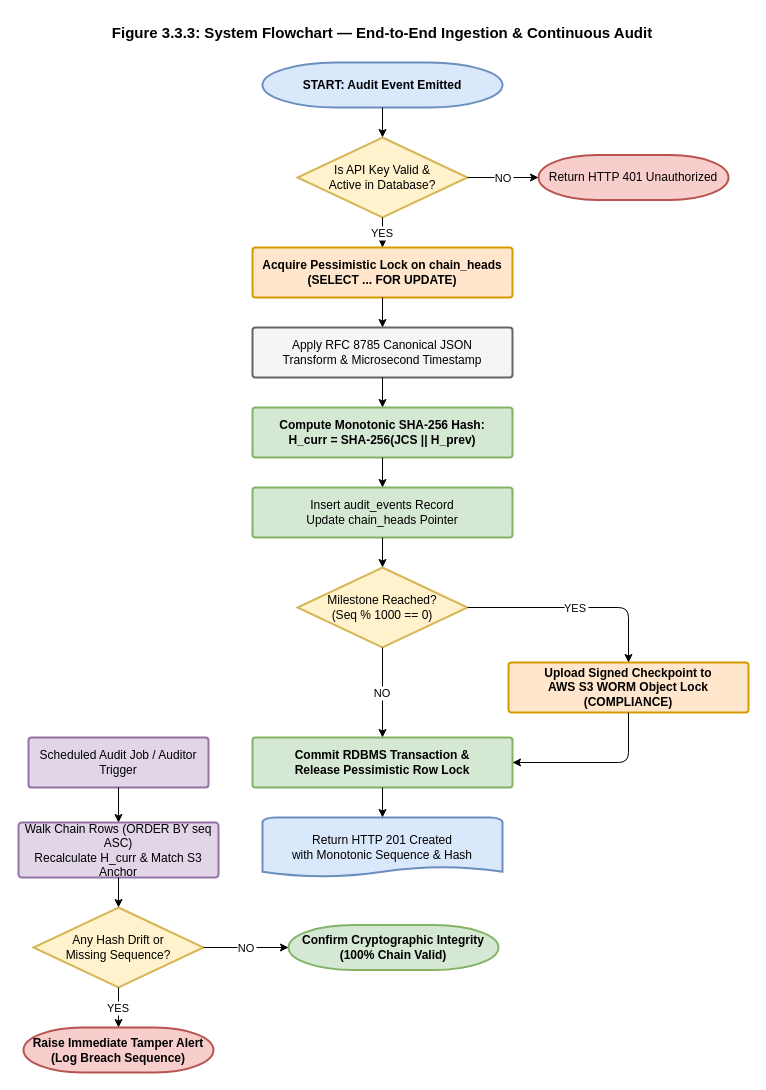
The draw.io diagram diagrams/drawio_xml/3.3.3_flow_chart.drawio.xml in YashBiware/AuditRail, before the edit. Source tidied: cells renumbered, new cells numbered last; positions are measured from the earlier drawing's top-left corner, leaving out a move shared by most shapes. Both pictures are drawn from the tidied source at 100%, with x=0, y=0 at pixel (18, 17).
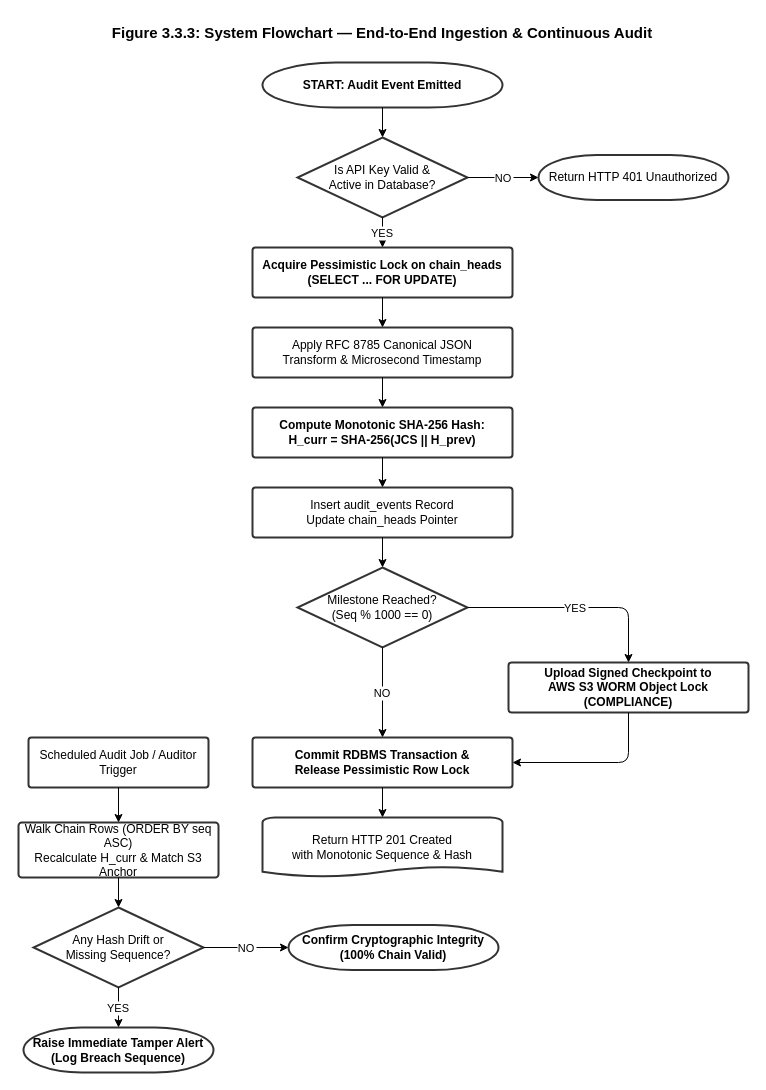
The same diagram, later.

Change to the diagram source:
```diff
@@
-<mxGraphModel>
+<mxGraphModel background="#ffffff">
@@
-    <mxCell id="3" value="START: Audit Event Emitted" style="strokeWidth=2;html=1;shape=mxgraph.flowchart.terminator;whiteSpace=wrap;fillColor=#dae8fc;strokeColor=#6c8ebf;fontStyle=1;" parent="1" vertex="1">
+    <mxCell id="3" value="START: Audit Event Emitted" style="strokeWidth=2;html=1;shape=mxgraph.flowchart.terminator;whiteSpace=wrap;fillColor=#ffffff;strokeColor=#333333;fontStyle=1;" parent="1" vertex="1">
       <mxGeometry x="244" y="45" width="240" height="45" as="geometry" />
     </mxCell>
-    <mxCell id="4" value="Is API Key Valid &amp;amp;&lt;br&gt;Active in Database?" style="strokeWidth=2;html=1;shape=mxgraph.flowchart.decision;whiteSpace=wrap;fillColor=#fff2cc;strokeColor=#d6b656;" parent="1" vertex="1">
+    <mxCell id="4" value="Is API Key Valid &amp;amp;&lt;br&gt;Active in Database?" style="strokeWidth=2;html=1;shape=mxgraph.flowchart.decision;whiteSpace=wrap;fillColor=#ffffff;strokeColor=#333333;" parent="1" vertex="1">
       <mxGeometry x="279" y="120" width="170" height="80" as="geometry" />
     </mxCell>
-    <mxCell id="5" value="Return HTTP 401 Unauthorized" style="strokeWidth=2;html=1;shape=mxgraph.flowchart.terminator;whiteSpace=wrap;fillColor=#f8cecc;strokeColor=#b85450;" parent="1" vertex="1">
+    <mxCell id="5" value="Return HTTP 401 Unauthorized" style="strokeWidth=2;html=1;shape=mxgraph.flowchart.terminator;whiteSpace=wrap;fillColor=#ffffff;strokeColor=#333333;" parent="1" vertex="1">
       <mxGeometry x="520" y="137.5" width="190" height="45" as="geometry" />
     </mxCell>
-    <mxCell id="6" value="Acquire Pessimistic Lock on chain_heads&lt;br&gt;(SELECT ... FOR UPDATE)" style="strokeWidth=2;html=1;shape=mxgraph.flowchart.process;whiteSpace=wrap;fillColor=#ffe6cc;strokeColor=#d79b00;fontStyle=1;" parent="1" vertex="1">
+    <mxCell id="6" value="Acquire Pessimistic Lock on chain_heads&lt;br&gt;(SELECT ... FOR UPDATE)" style="strokeWidth=2;html=1;shape=mxgraph.flowchart.process;whiteSpace=wrap;fillColor=#ffffff;strokeColor=#333333;fontStyle=1;" parent="1" vertex="1">
       <mxGeometry x="234" y="230" width="260" height="50" as="geometry" />
     </mxCell>
-    <mxCell id="7" value="Apply RFC 8785 Canonical JSON&lt;br&gt;Transform &amp;amp; Microsecond Timestamp" style="strokeWidth=2;html=1;shape=mxgraph.flowchart.process;whiteSpace=wrap;fillColor=#f5f5f5;strokeColor=#666666;" parent="1" vertex="1">
+    <mxCell id="7" value="Apply RFC 8785 Canonical JSON&lt;br&gt;Transform &amp;amp; Microsecond Timestamp" style="strokeWidth=2;html=1;shape=mxgraph.flowchart.process;whiteSpace=wrap;fillColor=#ffffff;strokeColor=#333333;" parent="1" vertex="1">
       <mxGeometry x="234" y="310" width="260" height="50" as="geometry" />
     </mxCell>
-    <mxCell id="8" value="Compute Monotonic SHA-256 Hash:&lt;br&gt;&lt;b&gt;H_curr = SHA-256(JCS || H_prev)&lt;/b&gt;" style="strokeWidth=2;html=1;shape=mxgraph.flowchart.process;whiteSpace=wrap;fillColor=#d5e8d4;strokeColor=#82b366;fontStyle=1;" parent="1" vertex="1">
+    <mxCell id="8" value="Compute Monotonic SHA-256 Hash:&lt;br&gt;&lt;b&gt;H_curr = SHA-256(JCS || H_prev)&lt;/b&gt;" style="strokeWidth=2;html=1;shape=mxgraph.flowchart.process;whiteSpace=wrap;fillColor=#ffffff;strokeColor=#333333;fontStyle=1;" parent="1" vertex="1">
       <mxGeometry x="234" y="390" width="260" height="50" as="geometry" />
     </mxCell>
-    <mxCell id="9" value="Insert audit_events Record&lt;br&gt;Update chain_heads Pointer" style="strokeWidth=2;html=1;shape=mxgraph.flowchart.process;whiteSpace=wrap;fillColor=#d5e8d4;strokeColor=#82b366;" parent="1" vertex="1">
+    <mxCell id="9" value="Insert audit_events Record&lt;br&gt;Update chain_heads Pointer" style="strokeWidth=2;html=1;shape=mxgraph.flowchart.process;whiteSpace=wrap;fillColor=#ffffff;strokeColor=#333333;" parent="1" vertex="1">
       <mxGeometry x="234" y="470" width="260" height="50" as="geometry" />
     </mxCell>
-    <mxCell id="10" value="Milestone Reached?&lt;br&gt;(Seq % 1000 == 0)" style="strokeWidth=2;html=1;shape=mxgraph.flowchart.decision;whiteSpace=wrap;fillColor=#fff2cc;strokeColor=#d6b656;" parent="1" vertex="1">
+    <mxCell id="10" value="Milestone Reached?&lt;br&gt;(Seq % 1000 == 0)" style="strokeWidth=2;html=1;shape=mxgraph.flowchart.decision;whiteSpace=wrap;fillColor=#ffffff;strokeColor=#333333;" parent="1" vertex="1">
       <mxGeometry x="279" y="550" width="170" height="80" as="geometry" />
     </mxCell>
-    <mxCell id="11" value="Upload Signed Checkpoint to&lt;br&gt;AWS S3 WORM Object Lock (COMPLIANCE)" style="strokeWidth=2;html=1;shape=mxgraph.flowchart.process;whiteSpace=wrap;fillColor=#ffe6cc;strokeColor=#d79b00;fontStyle=1;" parent="1" vertex="1">
+    <mxCell id="11" value="Upload Signed Checkpoint to&lt;br&gt;AWS S3 WORM Object Lock (COMPLIANCE)" style="strokeWidth=2;html=1;shape=mxgraph.flowchart.process;whiteSpace=wrap;fillColor=#ffffff;strokeColor=#333333;fontStyle=1;" parent="1" vertex="1">
       <mxGeometry x="490" y="645" width="240" height="50" as="geometry" />
     </mxCell>
-    <mxCell id="12" value="Commit RDBMS Transaction &amp;amp;&lt;br&gt;Release Pessimistic Row Lock" style="strokeWidth=2;html=1;shape=mxgraph.flowchart.process;whiteSpace=wrap;fillColor=#d5e8d4;strokeColor=#82b366;fontStyle=1;" parent="1" vertex="1">
+    <mxCell id="12" value="Commit RDBMS Transaction &amp;amp;&lt;br&gt;Release Pessimistic Row Lock" style="strokeWidth=2;html=1;shape=mxgraph.flowchart.process;whiteSpace=wrap;fillColor=#ffffff;strokeColor=#333333;fontStyle=1;" parent="1" vertex="1">
       <mxGeometry x="234" y="720" width="260" height="50" as="geometry" />
     </mxCell>
-    <mxCell id="13" value="Return HTTP 201 Created&lt;br&gt;with Monotonic Sequence &amp;amp; Hash" style="strokeWidth=2;html=1;shape=mxgraph.flowchart.document;whiteSpace=wrap;fillColor=#dae8fc;strokeColor=#6c8ebf;" parent="1" vertex="1">
+    <mxCell id="13" value="Return HTTP 201 Created&lt;br&gt;with Monotonic Sequence &amp;amp; Hash" style="strokeWidth=2;html=1;shape=mxgraph.flowchart.document;whiteSpace=wrap;fillColor=#ffffff;strokeColor=#333333;" parent="1" vertex="1">
       <mxGeometry x="244" y="800" width="240" height="60" as="geometry" />
     </mxCell>
-    <mxCell id="14" value="Scheduled Audit Job / Auditor Trigger" style="strokeWidth=2;html=1;shape=mxgraph.flowchart.process;whiteSpace=wrap;fillColor=#e1d5e7;strokeColor=#9673a6;" parent="1" vertex="1">
+    <mxCell id="14" value="Scheduled Audit Job / Auditor Trigger" style="strokeWidth=2;html=1;shape=mxgraph.flowchart.process;whiteSpace=wrap;fillColor=#ffffff;strokeColor=#333333;" parent="1" vertex="1">
       <mxGeometry x="10" y="720" width="180" height="50" as="geometry" />
     </mxCell>
-    <mxCell id="15" value="Walk Chain Rows (ORDER BY seq ASC)&lt;br&gt;Recalculate H_curr &amp;amp; Match S3 Anchor" style="strokeWidth=2;html=1;shape=mxgraph.flowchart.process;whiteSpace=wrap;fillColor=#e1d5e7;strokeColor=#9673a6;" parent="1" vertex="1">
+    <mxCell id="15" value="Walk Chain Rows (ORDER BY seq ASC)&lt;br&gt;Recalculate H_curr &amp;amp; Match S3 Anchor" style="strokeWidth=2;html=1;shape=mxgraph.flowchart.process;whiteSpace=wrap;fillColor=#ffffff;strokeColor=#333333;" parent="1" vertex="1">
       <mxGeometry y="805" width="200" height="55" as="geometry" />
     </mxCell>
-    <mxCell id="16" value="Any Hash Drift or&lt;br&gt;Missing Sequence?" style="strokeWidth=2;html=1;shape=mxgraph.flowchart.decision;whiteSpace=wrap;fillColor=#fff2cc;strokeColor=#d6b656;" parent="1" vertex="1">
+    <mxCell id="16" value="Any Hash Drift or&lt;br&gt;Missing Sequence?" style="strokeWidth=2;html=1;shape=mxgraph.flowchart.decision;whiteSpace=wrap;fillColor=#ffffff;strokeColor=#333333;" parent="1" vertex="1">
       <mxGeometry x="15" y="890" width="170" height="80" as="geometry" />
     </mxCell>
-    <mxCell id="17" value="Raise Immediate Tamper Alert&lt;br&gt;(Log Breach Sequence)" style="strokeWidth=2;html=1;shape=mxgraph.flowchart.terminator;whiteSpace=wrap;fillColor=#f8cecc;strokeColor=#b85450;fontStyle=1;" parent="1" vertex="1">
+    <mxCell id="17" value="Raise Immediate Tamper Alert&lt;br&gt;(Log Breach Sequence)" style="strokeWidth=2;html=1;shape=mxgraph.flowchart.terminator;whiteSpace=wrap;fillColor=#ffffff;strokeColor=#333333;fontStyle=1;" parent="1" vertex="1">
       <mxGeometry x="5" y="1010" width="190" height="45" as="geometry" />
     </mxCell>
-    <mxCell id="18" value="Confirm Cryptographic Integrity&lt;br&gt;(100% Chain Valid)" style="strokeWidth=2;html=1;shape=mxgraph.flowchart.terminator;whiteSpace=wrap;fillColor=#d5e8d4;strokeColor=#82b366;fontStyle=1;" parent="1" vertex="1">
+    <mxCell id="18" value="Confirm Cryptographic Integrity&lt;br&gt;(100% Chain Valid)" style="strokeWidth=2;html=1;shape=mxgraph.flowchart.terminator;whiteSpace=wrap;fillColor=#ffffff;strokeColor=#333333;fontStyle=1;" parent="1" vertex="1">
       <mxGeometry x="270" y="907.5" width="210" height="45" as="geometry" />
     </mxCell>
```
